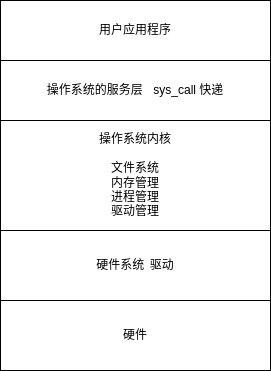
Earlier version of the draw.io export _posts/linux内核.drawio.png (tsunami697/tsunami.github.io). Source tidied: cells renumbered, new cells last; positions are measured from the earlier drawing's top-left corner, leaving out a move shared by most shapes. The source it was exported from:
```xml
<mxGraphModel background="#ffffff">
  <root>
    <mxCell id="0" />
    <mxCell id="1" parent="0" />
    <mxCell id="2" value="用户应用程序" style="rounded=0;whiteSpace=wrap;html=1;" parent="1" vertex="1">
      <mxGeometry width="270" height="60" as="geometry" />
    </mxCell>
    <mxCell id="3" value="操作系统的服务层&lt;span style=&quot;white-space: pre&quot;&gt;&#9;&lt;/span&gt;sys_call 快递" style="rounded=0;whiteSpace=wrap;html=1;" parent="1" vertex="1">
      <mxGeometry y="60" width="270" height="60" as="geometry" />
    </mxCell>
    <mxCell id="4" value="操作系统内核&lt;br&gt;&lt;br&gt;文件系统&lt;br&gt;内存管理&lt;br&gt;进程管理&lt;br&gt;驱动管理" style="rounded=0;whiteSpace=wrap;html=1;" parent="1" vertex="1">
      <mxGeometry y="120" width="270" height="110" as="geometry" />
    </mxCell>
    <mxCell id="5" value="硬件系统&lt;span style=&quot;white-space: pre&quot;&gt;&#9;&lt;/span&gt;驱动" style="rounded=0;whiteSpace=wrap;html=1;" parent="1" vertex="1">
      <mxGeometry y="230" width="270" height="70" as="geometry" />
    </mxCell>
    <mxCell id="6" value="硬件" style="rounded=0;whiteSpace=wrap;html=1;" parent="1" vertex="1">
      <mxGeometry y="300" width="270" height="70" as="geometry" />
    </mxCell>
  </root>
</mxGraphModel>
```
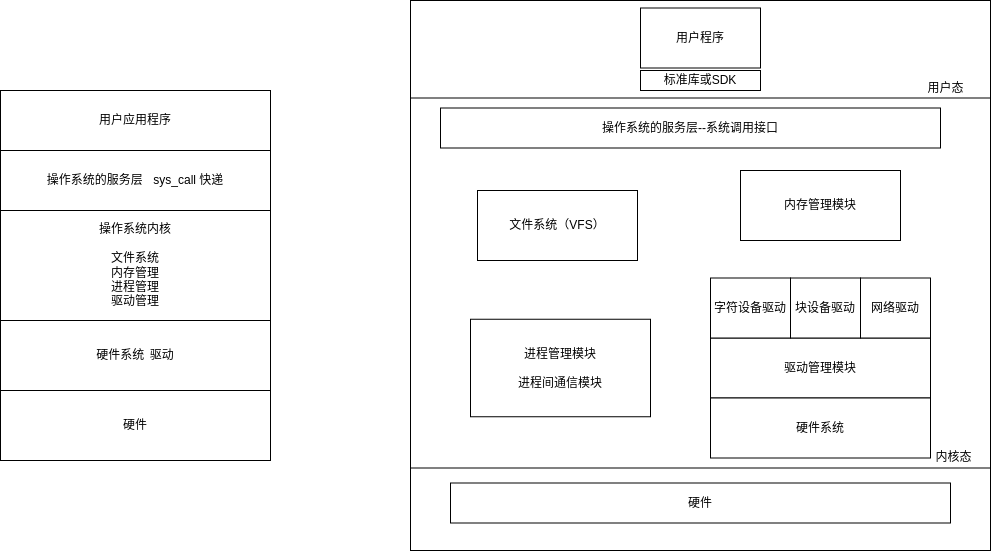
Later version of the same file.

Change to the diagram source:
```diff
@@ -2,6 +2,9 @@
   <root>
     <mxCell id="0" />
     <mxCell id="1" parent="0" />
+    <mxCell id="7" style="whiteSpace=wrap;html=1;" parent="1" vertex="1">
+      <mxGeometry x="410" y="-90" width="580" height="550" as="geometry" />
+    </mxCell>
     <mxCell id="2" value="用户应用程序" style="rounded=0;whiteSpace=wrap;html=1;" parent="1" vertex="1">
       <mxGeometry width="270" height="60" as="geometry" />
     </mxCell>
@@ -17,5 +20,59 @@
     <mxCell id="6" value="硬件" style="rounded=0;whiteSpace=wrap;html=1;" parent="1" vertex="1">
       <mxGeometry y="300" width="270" height="70" as="geometry" />
     </mxCell>
+    <mxCell id="8" value="文件系统（VFS）" style="rounded=0;whiteSpace=wrap;html=1;" parent="1" vertex="1">
+      <mxGeometry x="477" y="100" width="160" height="70" as="geometry" />
+    </mxCell>
+    <mxCell id="9" value="操作系统的服务层--系统调用接口" style="rounded=0;whiteSpace=wrap;html=1;" parent="1" vertex="1">
+      <mxGeometry x="440" y="17.5" width="500" height="40" as="geometry" />
+    </mxCell>
+    <mxCell id="10" value="进程管理模块&lt;br&gt;&lt;br&gt;进程间通信模块" style="rounded=0;whiteSpace=wrap;html=1;" parent="1" vertex="1">
+      <mxGeometry x="470" y="228.8" width="180" height="97.5" as="geometry" />
+    </mxCell>
+    <mxCell id="11" value="内存管理模块" style="rounded=0;whiteSpace=wrap;html=1;" parent="1" vertex="1">
+      <mxGeometry x="740" y="80" width="160" height="70" as="geometry" />
+    </mxCell>
+    <mxCell id="12" value="驱动管理模块" style="rounded=0;whiteSpace=wrap;html=1;" parent="1" vertex="1">
+      <mxGeometry x="710" y="247.5" width="220" height="60" as="geometry" />
+    </mxCell>
+    <mxCell id="13" value="字符设备驱动" style="rounded=0;whiteSpace=wrap;html=1;" parent="1" vertex="1">
+      <mxGeometry x="710" y="187.5" width="80" height="60" as="geometry" />
+    </mxCell>
+    <mxCell id="14" value="块设备驱动" style="rounded=0;whiteSpace=wrap;html=1;" parent="1" vertex="1">
+      <mxGeometry x="790" y="187.5" width="70" height="60" as="geometry" />
+    </mxCell>
+    <mxCell id="15" value="网络驱动" style="rounded=0;whiteSpace=wrap;html=1;" parent="1" vertex="1">
+      <mxGeometry x="860" y="187.5" width="70" height="60" as="geometry" />
+    </mxCell>
+    <mxCell id="16" value="硬件系统" style="rounded=0;whiteSpace=wrap;html=1;" parent="1" vertex="1">
+      <mxGeometry x="710" y="307.5" width="220" height="60" as="geometry" />
+    </mxCell>
+    <mxCell id="17" value="硬件" style="rounded=0;whiteSpace=wrap;html=1;" parent="1" vertex="1">
+      <mxGeometry x="450" y="392.5" width="500" height="40" as="geometry" />
+    </mxCell>
+    <mxCell id="18" style="endArrow=none;html=1;rounded=0;" parent="1" edge="1">
+      <mxGeometry relative="1" as="geometry">
+        <mxPoint x="410" y="377.5" as="sourcePoint" />
+        <mxPoint x="990" y="377.5" as="targetPoint" />
+      </mxGeometry>
+    </mxCell>
+    <mxCell id="19" style="endArrow=none;html=1;rounded=0;" parent="1" edge="1">
+      <mxGeometry relative="1" as="geometry">
+        <mxPoint x="410" y="7.5" as="sourcePoint" />
+        <mxPoint x="990" y="7.5" as="targetPoint" />
+      </mxGeometry>
+    </mxCell>
+    <mxCell id="20" value="用户程序" style="rounded=0;whiteSpace=wrap;html=1;" parent="1" vertex="1">
+      <mxGeometry x="640" y="-82.5" width="120" height="60" as="geometry" />
+    </mxCell>
+    <mxCell id="21" value="标准库或SDK" style="rounded=0;whiteSpace=wrap;html=1;" parent="1" vertex="1">
+      <mxGeometry x="640" y="-20" width="120" height="20" as="geometry" />
+    </mxCell>
+    <mxCell id="22" value="用户态" style="text;html=1;align=center;verticalAlign=middle;strokeColor=none;fillColor=none;" parent="1" vertex="1">
+      <mxGeometry x="920" y="-12.5" width="50" height="20" as="geometry" />
+    </mxCell>
+    <mxCell id="23" value="内核态" style="text;html=1;align=center;verticalAlign=middle;strokeColor=none;fillColor=none;" parent="1" vertex="1">
+      <mxGeometry x="928" y="356.5" width="50" height="20" as="geometry" />
+    </mxCell>
   </root>
 </mxGraphModel>
```
